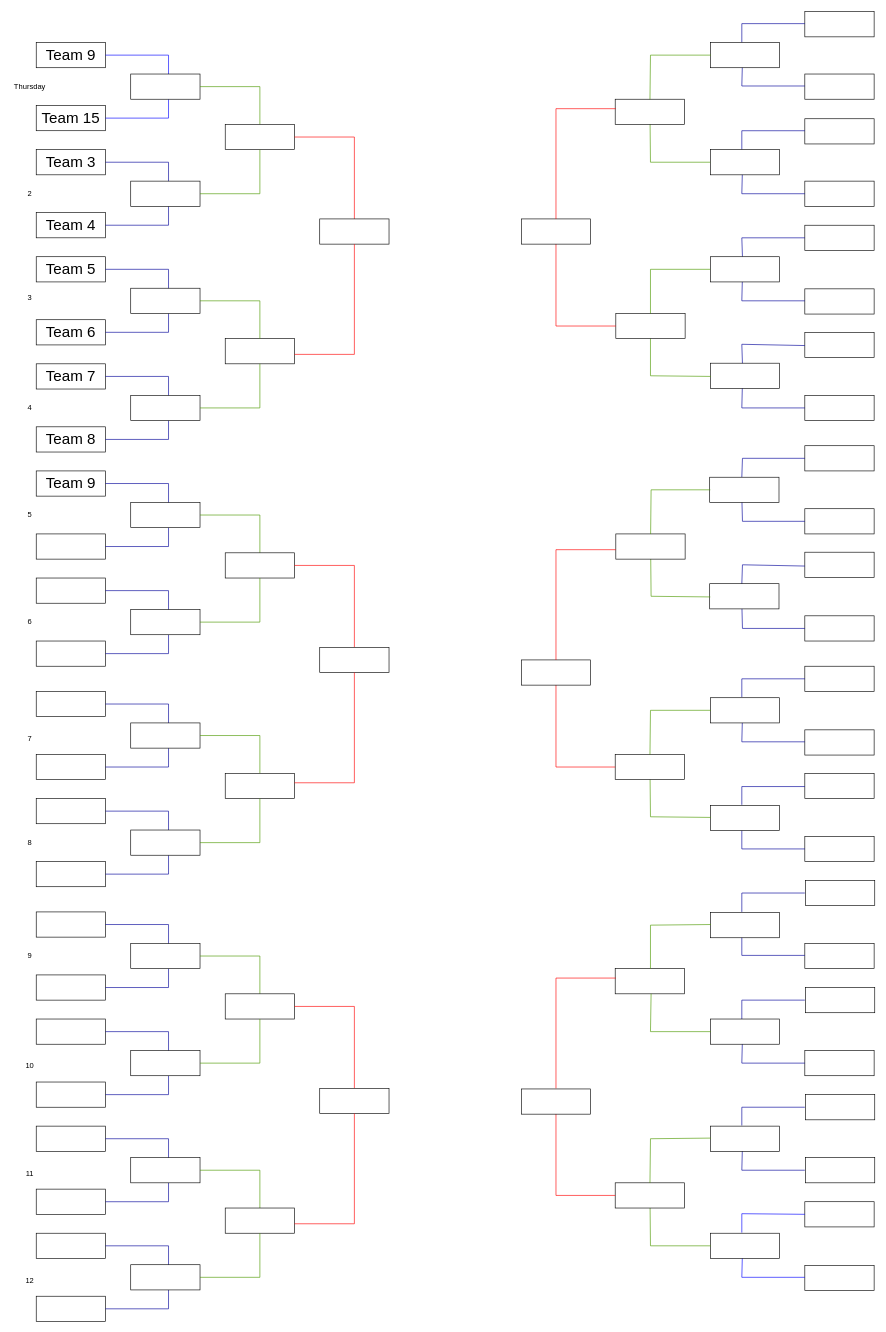
Earlier version of the draw.io diagram Carrom Brackets.drawio (imadchougle/carrom_brackets). Source tidied: cells renumbered, new cells numbered last; positions are measured from the earlier drawing's top-left corner, leaving out a move shared by most shapes. Both pictures are drawn from the tidied source at 63%, with x=0, y=0 at pixel (11, 11).
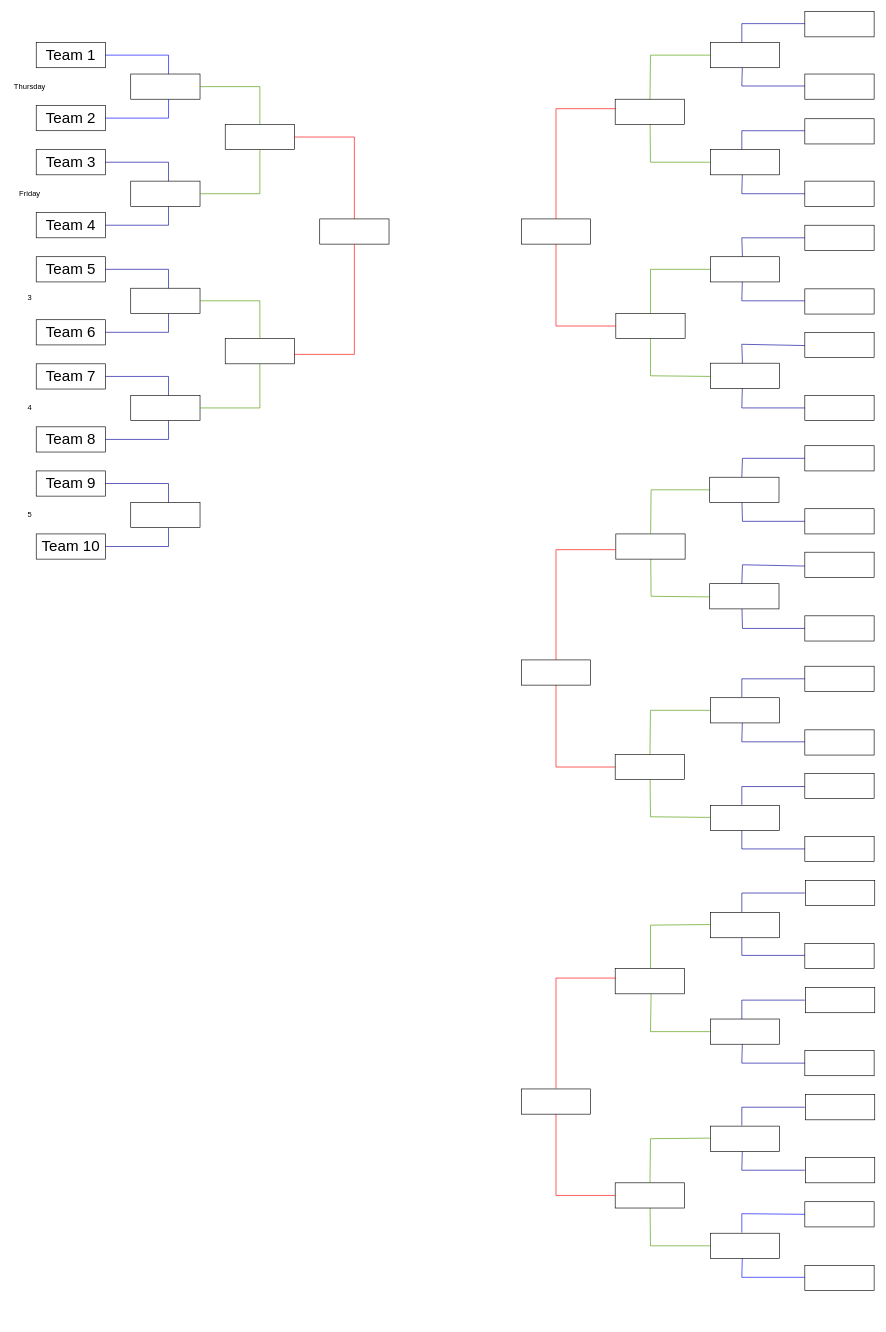
The same diagram, later.

What changed in the source:
```diff
@@
-    <mxCell id="13" style="rounded=0;whiteSpace=wrap;html=1;" parent="1" vertex="1">
+    <mxCell id="13" value="&lt;span style=&quot;font-size: 24px;&quot;&gt;Team 10&lt;/span&gt;" style="rounded=0;whiteSpace=wrap;html=1;" parent="1" vertex="1">
       <mxGeometry x="40" y="830" width="110" height="40" as="geometry" />
     </mxCell>
@@
-    <mxCell id="17" style="rounded=0;whiteSpace=wrap;html=1;" parent="1" vertex="1">
-      <mxGeometry x="40" y="900" width="110" height="40" as="geometry" />
-    </mxCell>
-    <mxCell id="18" style="rounded=0;whiteSpace=wrap;html=1;" parent="1" vertex="1">
-      <mxGeometry x="40" y="1000" width="110" height="40" as="geometry" />
-    </mxCell>
-    <mxCell id="19" style="endArrow=none;html=1;rounded=0;strokeColor=light-dark(#000099,#FFFFFF);" parent="1" edge="1">
-      <mxGeometry relative="1" as="geometry">
-        <mxPoint x="150" y="920" as="sourcePoint" />
-        <mxPoint x="250" y="960" as="targetPoint" />
-        <Array as="points">
-          <mxPoint x="250" y="920" />
-        </Array>
-      </mxGeometry>
-    </mxCell>
-    <mxCell id="20" style="endArrow=none;html=1;rounded=0;strokeColor=light-dark(#000099,#FFFFFF);" parent="1" edge="1">
-      <mxGeometry relative="1" as="geometry">
-        <mxPoint x="150" y="1020" as="sourcePoint" />
-        <mxPoint x="250" y="990" as="targetPoint" />
-        <Array as="points">
-          <mxPoint x="250" y="1020" />
-        </Array>
-      </mxGeometry>
-    </mxCell>
-    <mxCell id="21" style="rounded=0;whiteSpace=wrap;html=1;" parent="1" vertex="1">
-      <mxGeometry x="190" y="950" width="110" height="40" as="geometry" />
-    </mxCell>
-    <mxCell id="22" style="rounded=0;whiteSpace=wrap;html=1;" parent="1" vertex="1">
-      <mxGeometry x="40" y="1080" width="110" height="40" as="geometry" />
-    </mxCell>
-    <mxCell id="23" style="rounded=0;whiteSpace=wrap;html=1;" parent="1" vertex="1">
-      <mxGeometry x="40" y="1180" width="110" height="40" as="geometry" />
-    </mxCell>
-    <mxCell id="24" style="endArrow=none;html=1;rounded=0;strokeColor=light-dark(#000099,#FFFFFF);" parent="1" edge="1">
-      <mxGeometry relative="1" as="geometry">
-        <mxPoint x="150" y="1100" as="sourcePoint" />
-        <mxPoint x="250" y="1140" as="targetPoint" />
-        <Array as="points">
-          <mxPoint x="250" y="1100" />
-        </Array>
-      </mxGeometry>
-    </mxCell>
-    <mxCell id="25" style="endArrow=none;html=1;rounded=0;strokeColor=light-dark(#000099,#FFFFFF);" parent="1" edge="1">
-      <mxGeometry relative="1" as="geometry">
-        <mxPoint x="150" y="1200" as="sourcePoint" />
-        <mxPoint x="250" y="1170" as="targetPoint" />
-        <Array as="points">
-          <mxPoint x="250" y="1200" />
-        </Array>
-      </mxGeometry>
-    </mxCell>
-    <mxCell id="26" style="rounded=0;whiteSpace=wrap;html=1;" parent="1" vertex="1">
-      <mxGeometry x="190" y="1130" width="110" height="40" as="geometry" />
-    </mxCell>
-    <mxCell id="27" style="rounded=0;whiteSpace=wrap;html=1;" parent="1" vertex="1">
-      <mxGeometry x="40" y="1250" width="110" height="40" as="geometry" />
-    </mxCell>
-    <mxCell id="28" style="rounded=0;whiteSpace=wrap;html=1;" parent="1" vertex="1">
-      <mxGeometry x="40" y="1350" width="110" height="40" as="geometry" />
-    </mxCell>
-    <mxCell id="29" style="endArrow=none;html=1;rounded=0;strokeColor=light-dark(#000099,#FFFFFF);" parent="1" edge="1">
-      <mxGeometry relative="1" as="geometry">
-        <mxPoint x="150" y="1270" as="sourcePoint" />
-        <mxPoint x="250" y="1310" as="targetPoint" />
-        <Array as="points">
-          <mxPoint x="250" y="1270" />
-        </Array>
-      </mxGeometry>
-    </mxCell>
-    <mxCell id="30" style="endArrow=none;html=1;rounded=0;strokeColor=light-dark(#000099,#FFFFFF);" parent="1" edge="1">
-      <mxGeometry relative="1" as="geometry">
-        <mxPoint x="150" y="1370" as="sourcePoint" />
-        <mxPoint x="250" y="1340" as="targetPoint" />
-        <Array as="points">
-          <mxPoint x="250" y="1370" />
-        </Array>
-      </mxGeometry>
-    </mxCell>
-    <mxCell id="31" style="rounded=0;whiteSpace=wrap;html=1;" parent="1" vertex="1">
-      <mxGeometry x="190" y="1300" width="110" height="40" as="geometry" />
-    </mxCell>
-    <mxCell id="32" style="rounded=0;whiteSpace=wrap;html=1;" parent="1" vertex="1">
-      <mxGeometry x="40" y="1430" width="110" height="40" as="geometry" />
-    </mxCell>
-    <mxCell id="33" style="rounded=0;whiteSpace=wrap;html=1;" parent="1" vertex="1">
-      <mxGeometry x="40" y="1530" width="110" height="40" as="geometry" />
-    </mxCell>
-    <mxCell id="34" style="endArrow=none;html=1;rounded=0;strokeColor=light-dark(#000099,#FFFFFF);" parent="1" edge="1">
-      <mxGeometry relative="1" as="geometry">
-        <mxPoint x="150" y="1450" as="sourcePoint" />
-        <mxPoint x="250" y="1490" as="targetPoint" />
-        <Array as="points">
-          <mxPoint x="250" y="1450" />
-        </Array>
-      </mxGeometry>
-    </mxCell>
-    <mxCell id="35" style="endArrow=none;html=1;rounded=0;strokeColor=light-dark(#000099,#FFFFFF);" parent="1" edge="1">
-      <mxGeometry relative="1" as="geometry">
-        <mxPoint x="150" y="1550" as="sourcePoint" />
-        <mxPoint x="250" y="1520" as="targetPoint" />
-        <Array as="points">
-          <mxPoint x="250" y="1550" />
-        </Array>
-      </mxGeometry>
-    </mxCell>
-    <mxCell id="36" style="rounded=0;whiteSpace=wrap;html=1;" parent="1" vertex="1">
-      <mxGeometry x="190" y="1480" width="110" height="40" as="geometry" />
-    </mxCell>
-    <mxCell id="37" style="rounded=0;whiteSpace=wrap;html=1;" parent="1" vertex="1">
-      <mxGeometry x="40" y="1600" width="110" height="40" as="geometry" />
-    </mxCell>
-    <mxCell id="38" style="rounded=0;whiteSpace=wrap;html=1;" parent="1" vertex="1">
-      <mxGeometry x="40" y="1700" width="110" height="40" as="geometry" />
-    </mxCell>
-    <mxCell id="39" style="endArrow=none;html=1;rounded=0;strokeColor=light-dark(#000099,#FFFFFF);" parent="1" edge="1">
-      <mxGeometry relative="1" as="geometry">
-        <mxPoint x="150" y="1620" as="sourcePoint" />
-        <mxPoint x="250" y="1660" as="targetPoint" />
-        <Array as="points">
-          <mxPoint x="250" y="1620" />
-        </Array>
-      </mxGeometry>
-    </mxCell>
-    <mxCell id="40" style="endArrow=none;html=1;rounded=0;strokeColor=light-dark(#000099,#FFFFFF);" parent="1" edge="1">
-      <mxGeometry relative="1" as="geometry">
-        <mxPoint x="150" y="1720" as="sourcePoint" />
-        <mxPoint x="250" y="1690" as="targetPoint" />
-        <Array as="points">
-          <mxPoint x="250" y="1720" />
-        </Array>
-      </mxGeometry>
-    </mxCell>
-    <mxCell id="41" style="rounded=0;whiteSpace=wrap;html=1;" parent="1" vertex="1">
-      <mxGeometry x="190" y="1650" width="110" height="40" as="geometry" />
-    </mxCell>
-    <mxCell id="42" style="rounded=0;whiteSpace=wrap;html=1;" parent="1" vertex="1">
-      <mxGeometry x="40" y="1770" width="110" height="40" as="geometry" />
-    </mxCell>
-    <mxCell id="43" style="rounded=0;whiteSpace=wrap;html=1;" parent="1" vertex="1">
-      <mxGeometry x="40" y="1870" width="110" height="40" as="geometry" />
-    </mxCell>
-    <mxCell id="44" style="endArrow=none;html=1;rounded=0;strokeColor=light-dark(#000099,#FFFFFF);" parent="1" edge="1">
-      <mxGeometry relative="1" as="geometry">
-        <mxPoint x="150" y="1790" as="sourcePoint" />
-        <mxPoint x="250" y="1830" as="targetPoint" />
-        <Array as="points">
-          <mxPoint x="250" y="1790" />
-        </Array>
-      </mxGeometry>
-    </mxCell>
-    <mxCell id="45" style="endArrow=none;html=1;rounded=0;strokeColor=light-dark(#000099,#FFFFFF);" parent="1" edge="1">
-      <mxGeometry relative="1" as="geometry">
-        <mxPoint x="150" y="1890" as="sourcePoint" />
-        <mxPoint x="250" y="1860" as="targetPoint" />
-        <Array as="points">
-          <mxPoint x="250" y="1890" />
-        </Array>
-      </mxGeometry>
-    </mxCell>
-    <mxCell id="46" style="rounded=0;whiteSpace=wrap;html=1;" parent="1" vertex="1">
-      <mxGeometry x="190" y="1820" width="110" height="40" as="geometry" />
-    </mxCell>
-    <mxCell id="47" style="rounded=0;whiteSpace=wrap;html=1;" parent="1" vertex="1">
-      <mxGeometry x="40" y="1940" width="110" height="40" as="geometry" />
-    </mxCell>
-    <mxCell id="48" style="rounded=0;whiteSpace=wrap;html=1;" parent="1" vertex="1">
-      <mxGeometry x="40" y="2040" width="110" height="40" as="geometry" />
-    </mxCell>
-    <mxCell id="49" style="endArrow=none;html=1;rounded=0;strokeColor=light-dark(#000099,#FFFFFF);" parent="1" edge="1">
-      <mxGeometry relative="1" as="geometry">
-        <mxPoint x="150" y="1960" as="sourcePoint" />
-        <mxPoint x="250" y="2000" as="targetPoint" />
-        <Array as="points">
-          <mxPoint x="250" y="1960" />
-        </Array>
-      </mxGeometry>
-    </mxCell>
-    <mxCell id="50" style="endArrow=none;html=1;rounded=0;strokeColor=light-dark(#000099,#FFFFFF);" parent="1" edge="1">
-      <mxGeometry relative="1" as="geometry">
-        <mxPoint x="150" y="2060" as="sourcePoint" />
-        <mxPoint x="250" y="2030" as="targetPoint" />
-        <Array as="points">
-          <mxPoint x="250" y="2060" />
-        </Array>
-      </mxGeometry>
-    </mxCell>
-    <mxCell id="51" style="rounded=0;whiteSpace=wrap;html=1;" parent="1" vertex="1">
-      <mxGeometry x="190" y="1990" width="110" height="40" as="geometry" />
-    </mxCell>
@@
-    <mxCell id="57" value="&lt;font style=&quot;font-size: 24px;&quot;&gt;Team 9&lt;/font&gt;" style="rounded=0;whiteSpace=wrap;html=1;" parent="1" vertex="1">
+    <mxCell id="57" value="&lt;font style=&quot;font-size: 24px;&quot;&gt;Team 1&lt;/font&gt;" style="rounded=0;whiteSpace=wrap;html=1;" parent="1" vertex="1">
       <mxGeometry x="40" y="50" width="110" height="40" as="geometry" />
     </mxCell>
-    <mxCell id="58" value="&lt;span style=&quot;font-size: 24px;&quot;&gt;Team 15&lt;/span&gt;" style="rounded=0;whiteSpace=wrap;html=1;" parent="1" vertex="1">
+    <mxCell id="58" value="&lt;span style=&quot;font-size: 24px;&quot;&gt;Team 2&lt;/span&gt;" style="rounded=0;whiteSpace=wrap;html=1;" parent="1" vertex="1">
       <mxGeometry x="40" y="150" width="110" height="40" as="geometry" />
     </mxCell>
@@
-    <mxCell id="68" style="endArrow=none;html=1;rounded=0;entryX=0.5;entryY=0;entryDx=0;entryDy=0;strokeColor=light-dark(#4D9900,#FFFFFF);" parent="1" edge="1" target="69">
-      <mxGeometry relative="1" as="geometry">
-        <mxPoint x="300" y="800" as="sourcePoint" />
-        <Array as="points">
-          <mxPoint x="395" y="800" />
-        </Array>
-      </mxGeometry>
-    </mxCell>
-    <mxCell id="69" style="rounded=0;whiteSpace=wrap;html=1;" parent="1" vertex="1">
-      <mxGeometry x="340" y="860" width="110" height="40" as="geometry" />
-    </mxCell>
-    <mxCell id="70" style="endArrow=none;html=1;rounded=0;strokeColor=light-dark(#4D9900,#FFFFFF);" parent="1" edge="1" target="69">
-      <mxGeometry relative="1" as="geometry">
-        <mxPoint x="300" y="970" as="sourcePoint" />
-        <Array as="points">
-          <mxPoint x="395" y="970" />
-        </Array>
-      </mxGeometry>
-    </mxCell>
-    <mxCell id="71" style="endArrow=none;html=1;rounded=0;entryX=0.5;entryY=0;entryDx=0;entryDy=0;strokeColor=light-dark(#4D9900,#FFFFFF);" parent="1" edge="1" target="72">
-      <mxGeometry relative="1" as="geometry">
-        <mxPoint x="300" y="1150" as="sourcePoint" />
-        <Array as="points">
-          <mxPoint x="395" y="1150" />
-        </Array>
-      </mxGeometry>
-    </mxCell>
-    <mxCell id="72" style="rounded=0;whiteSpace=wrap;html=1;" parent="1" vertex="1">
-      <mxGeometry x="340" y="1210" width="110" height="40" as="geometry" />
-    </mxCell>
-    <mxCell id="73" style="endArrow=none;html=1;rounded=0;strokeColor=light-dark(#4D9900,#FFFFFF);" parent="1" edge="1" target="72">
-      <mxGeometry relative="1" as="geometry">
-        <mxPoint x="300" y="1320" as="sourcePoint" />
-        <Array as="points">
-          <mxPoint x="395" y="1320" />
-        </Array>
-      </mxGeometry>
-    </mxCell>
-    <mxCell id="74" style="endArrow=none;html=1;rounded=0;entryX=0.5;entryY=0;entryDx=0;entryDy=0;strokeColor=light-dark(#4D9900,#FFFFFF);" parent="1" edge="1" target="75">
-      <mxGeometry relative="1" as="geometry">
-        <mxPoint x="300" y="1500" as="sourcePoint" />
-        <Array as="points">
-          <mxPoint x="395" y="1500" />
-        </Array>
-      </mxGeometry>
-    </mxCell>
-    <mxCell id="75" style="rounded=0;whiteSpace=wrap;html=1;" parent="1" vertex="1">
-      <mxGeometry x="340" y="1560" width="110" height="40" as="geometry" />
-    </mxCell>
-    <mxCell id="76" style="endArrow=none;html=1;rounded=0;strokeColor=light-dark(#4D9900,#FFFFFF);" parent="1" edge="1" target="75">
-      <mxGeometry relative="1" as="geometry">
-        <mxPoint x="300" y="1670" as="sourcePoint" />
-        <Array as="points">
-          <mxPoint x="395" y="1670" />
-        </Array>
-      </mxGeometry>
-    </mxCell>
-    <mxCell id="77" style="endArrow=none;html=1;rounded=0;entryX=0.5;entryY=0;entryDx=0;entryDy=0;strokeColor=light-dark(#4D9900,#FFFFFF);" parent="1" edge="1" target="78">
-      <mxGeometry relative="1" as="geometry">
-        <mxPoint x="300" y="1840" as="sourcePoint" />
-        <Array as="points">
-          <mxPoint x="395" y="1840" />
-        </Array>
-      </mxGeometry>
-    </mxCell>
-    <mxCell id="78" style="rounded=0;whiteSpace=wrap;html=1;" parent="1" vertex="1">
-      <mxGeometry x="340" y="1900" width="110" height="40" as="geometry" />
-    </mxCell>
-    <mxCell id="79" style="endArrow=none;html=1;rounded=0;strokeColor=light-dark(#4D9900,#FFFFFF);" parent="1" edge="1" target="78">
-      <mxGeometry relative="1" as="geometry">
-        <mxPoint x="300" y="2010" as="sourcePoint" />
-        <Array as="points">
-          <mxPoint x="395" y="2010" />
-        </Array>
-      </mxGeometry>
-    </mxCell>
@@
-    <mxCell id="83" style="endArrow=none;html=1;rounded=0;entryX=0.5;entryY=0;entryDx=0;entryDy=0;strokeColor=light-dark(#FF0000,#FFFFFF);" parent="1" edge="1" target="84">
-      <mxGeometry relative="1" as="geometry">
-        <mxPoint x="450" y="880" as="sourcePoint" />
-        <Array as="points">
-          <mxPoint x="545" y="880" />
-        </Array>
-      </mxGeometry>
-    </mxCell>
-    <mxCell id="84" style="rounded=0;whiteSpace=wrap;html=1;" parent="1" vertex="1">
-      <mxGeometry x="490" y="1010" width="110" height="40" as="geometry" />
-    </mxCell>
-    <mxCell id="85" style="endArrow=none;html=1;rounded=0;strokeColor=light-dark(#FF0000,#FFFFFF);entryX=0.5;entryY=1;entryDx=0;entryDy=0;" parent="1" edge="1" target="84">
-      <mxGeometry relative="1" as="geometry">
-        <mxPoint x="450" y="1225" as="sourcePoint" />
-        <Array as="points">
-          <mxPoint x="545" y="1225" />
-        </Array>
-      </mxGeometry>
-    </mxCell>
-    <mxCell id="86" style="endArrow=none;html=1;rounded=0;entryX=0.5;entryY=0;entryDx=0;entryDy=0;strokeColor=light-dark(#FF0000,#FFFFFF);" parent="1" edge="1" target="87">
-      <mxGeometry relative="1" as="geometry">
-        <mxPoint x="450" y="1580" as="sourcePoint" />
-        <Array as="points">
-          <mxPoint x="545" y="1580" />
-        </Array>
-      </mxGeometry>
-    </mxCell>
-    <mxCell id="87" style="rounded=0;whiteSpace=wrap;html=1;" parent="1" vertex="1">
-      <mxGeometry x="490" y="1710" width="110" height="40" as="geometry" />
-    </mxCell>
-    <mxCell id="88" style="endArrow=none;html=1;rounded=0;strokeColor=light-dark(#FF0000,#FFFFFF);entryX=0.5;entryY=1;entryDx=0;entryDy=0;" parent="1" edge="1" target="87">
-      <mxGeometry relative="1" as="geometry">
-        <mxPoint x="450" y="1925" as="sourcePoint" />
-        <Array as="points">
-          <mxPoint x="545" y="1925" />
-        </Array>
-      </mxGeometry>
-    </mxCell>
@@
-    <mxCell id="90" value="2" style="text;html=1;align=center;verticalAlign=middle;whiteSpace=wrap;rounded=0;" parent="1" vertex="1">
+    <mxCell id="90" value="Friday" style="text;html=1;align=center;verticalAlign=middle;whiteSpace=wrap;rounded=0;" parent="1" vertex="1">
       <mxGeometry y="275" width="60" height="30" as="geometry" />
     </mxCell>
@@
-    <mxCell id="94" value="6" style="text;html=1;align=center;verticalAlign=middle;whiteSpace=wrap;rounded=0;" parent="1" vertex="1">
-      <mxGeometry y="955" width="60" height="30" as="geometry" />
-    </mxCell>
-    <mxCell id="95" value="7" style="text;html=1;align=center;verticalAlign=middle;whiteSpace=wrap;rounded=0;" parent="1" vertex="1">
-      <mxGeometry y="1140" width="60" height="30" as="geometry" />
-    </mxCell>
-    <mxCell id="96" value="8" style="text;html=1;align=center;verticalAlign=middle;whiteSpace=wrap;rounded=0;" parent="1" vertex="1">
-      <mxGeometry y="1305" width="60" height="30" as="geometry" />
-    </mxCell>
-    <mxCell id="97" value="9" style="text;html=1;align=center;verticalAlign=middle;whiteSpace=wrap;rounded=0;" parent="1" vertex="1">
-      <mxGeometry y="1485" width="60" height="30" as="geometry" />
-    </mxCell>
-    <mxCell id="98" value="10" style="text;html=1;align=center;verticalAlign=middle;whiteSpace=wrap;rounded=0;" parent="1" vertex="1">
-      <mxGeometry y="1660" width="60" height="30" as="geometry" />
-    </mxCell>
-    <mxCell id="99" value="11" style="text;html=1;align=center;verticalAlign=middle;whiteSpace=wrap;rounded=0;" parent="1" vertex="1">
-      <mxGeometry y="1830" width="60" height="30" as="geometry" />
-    </mxCell>
-    <mxCell id="100" value="12" style="text;html=1;align=center;verticalAlign=middle;whiteSpace=wrap;rounded=0;" parent="1" vertex="1">
-      <mxGeometry y="2000" width="60" height="30" as="geometry" />
-    </mxCell>
```
